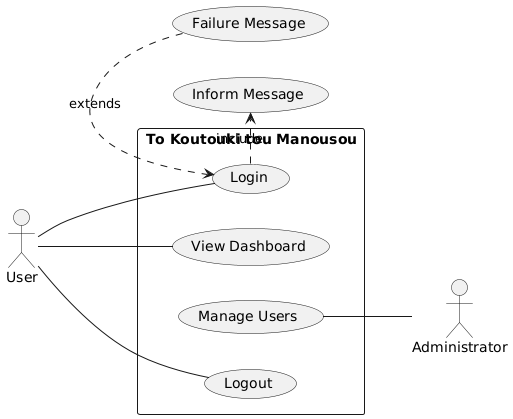
Before: use-case.png, a diagram exported from PlantUML (softwareDesign24/collaborateUML-ucd).
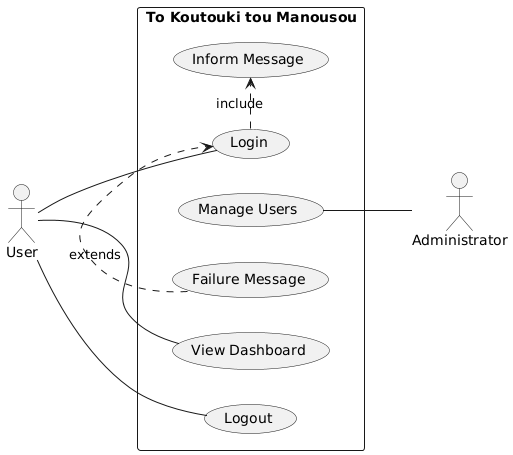
Later version of the same file.

Commit message:
Automated UML diagram generation

The edit, as a diff of the source:
```diff
@@ -10,6 +10,9 @@
   usecase "View Dashboard" as UC2
   usecase "Logout" as UC3
   usecase "Manage Users" as UC4
+  usecase "Inform Message" as UC5
+  usecase "Failure Message" as UC6
+
 }
 
 usr -- UC1
@@ -17,7 +20,7 @@
 usr -- UC3
 admin -up- UC4
 
-UC1 .> (Inform Message) : include
-(Failure Message) .> UC1 : extends
+UC1 .> UC5 : include
+UC6 .> UC1 : extends
 
 @enduml
```
